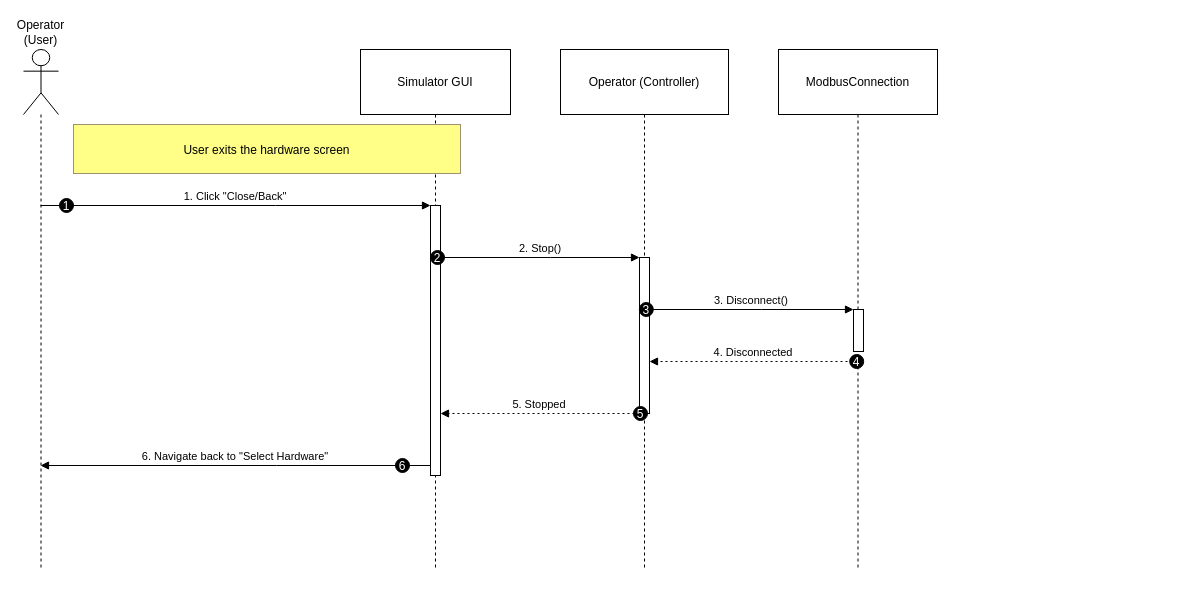
EliyaMalka/Drawio keeps this draw.io diagram as page "User_Hardware_closure_Usecase" (3 of 8) of Usecase1.drawio. Above is the earlier version. Source tidied: cells renumbered, new cells numbered last; positions are measured from the earlier drawing's top-left corner, leaving out a move shared by most shapes. Both pictures are drawn from the tidied source at 100%, with x=0, y=0 at pixel (23, 49).
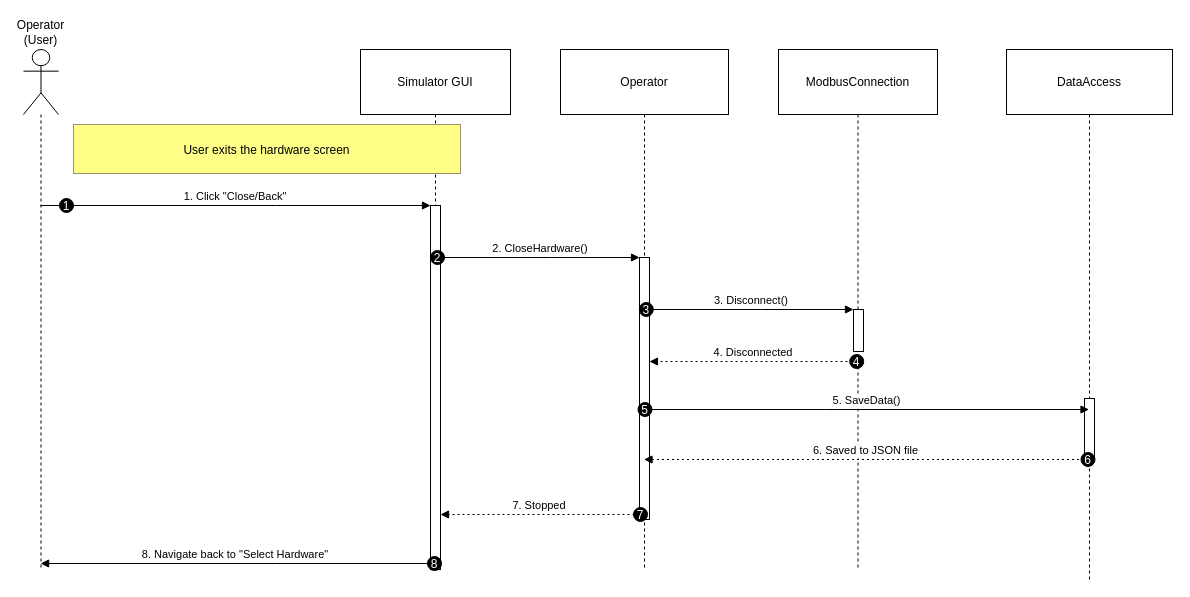
The same diagram, later.

The change refers to these unchanged cells:
```xml
<mxCell id="2" value="Operator (User)" style="shape=umlLifeline;perimeter=lifelinePerimeter;whiteSpace=wrap;outlineConnect=0;portConstraint=eastwest;newEdgeStyle={&quot;edgeStyle&quot;:&quot;elbowEdgeStyle&quot;,&quot;elbow&quot;:&quot;vertical&quot;,&quot;curved&quot;:0,&quot;rounded&quot;:0};participant=umlActor;verticalAlign=bottom;labelPosition=center;verticalLabelPosition=top;align=center;size=65;" parent="1" vertex="1">
  <mxGeometry width="35" height="521" as="geometry" />
</mxCell>
<mxCell id="3" value="Simulator GUI" style="shape=umlLifeline;perimeter=lifelinePerimeter;whiteSpace=wrap;newEdgeStyle={&quot;edgeStyle&quot;:&quot;elbowEdgeStyle&quot;,&quot;elbow&quot;:&quot;vertical&quot;,&quot;curved&quot;:0,&quot;rounded&quot;:0};size=65;" parent="1" vertex="1">
  <mxGeometry x="337" width="150" height="521" as="geometry" />
</mxCell>
```

Change to the diagram source:
```diff
@@
     <mxCell id="4" style="points=[];perimeter=orthogonalPerimeter;outlineConnect=0;targetShapes=umlLifeline;portConstraint=eastwest;newEdgeStyle={&quot;edgeStyle&quot;:&quot;elbowEdgeStyle&quot;,&quot;elbow&quot;:&quot;vertical&quot;,&quot;curved&quot;:0,&quot;rounded&quot;:0};" parent="3" vertex="1">
-      <mxGeometry x="70" y="156" width="10" height="270" as="geometry" />
+      <mxGeometry x="70" y="156" width="10" height="364" as="geometry" />
     </mxCell>
-    <mxCell id="5" value="Operator (Controller)" style="shape=umlLifeline;perimeter=lifelinePerimeter;whiteSpace=wrap;outlineConnect=0;portConstraint=eastwest;newEdgeStyle={&quot;edgeStyle&quot;:&quot;elbowEdgeStyle&quot;,&quot;elbow&quot;:&quot;vertical&quot;,&quot;curved&quot;:0,&quot;rounded&quot;:0};size=65;" parent="1" vertex="1">
+    <mxCell id="5" value="Operator" style="shape=umlLifeline;perimeter=lifelinePerimeter;whiteSpace=wrap;outlineConnect=0;portConstraint=eastwest;newEdgeStyle={&quot;edgeStyle&quot;:&quot;elbowEdgeStyle&quot;,&quot;elbow&quot;:&quot;vertical&quot;,&quot;curved&quot;:0,&quot;rounded&quot;:0};size=65;" parent="1" vertex="1">
       <mxGeometry x="537" width="168" height="521" as="geometry" />
     </mxCell>
     <mxCell id="6" style="points=[];perimeter=orthogonalPerimeter;outlineConnect=0;targetShapes=umlLifeline;portConstraint=eastwest;newEdgeStyle={&quot;edgeStyle&quot;:&quot;elbowEdgeStyle&quot;,&quot;elbow&quot;:&quot;vertical&quot;,&quot;curved&quot;:0,&quot;rounded&quot;:0};" parent="5" vertex="1">
-      <mxGeometry x="79" y="208" width="10" height="156" as="geometry" />
+      <mxGeometry x="79" y="208" width="10" height="262" as="geometry" />
     </mxCell>
@@
-    <mxCell id="11" value="2. Stop()" style="verticalAlign=bottom;edgeStyle=elbowEdgeStyle;elbow=vertical;curved=0;rounded=0;endArrow=block;" parent="1" edge="1" source="4" target="6">
+    <mxCell id="11" value="2. CloseHardware()" style="verticalAlign=bottom;edgeStyle=elbowEdgeStyle;elbow=vertical;curved=0;rounded=0;endArrow=block;" parent="1" edge="1" source="4" target="6">
       <mxGeometry relative="1" as="geometry">
         <Array as="points">
           <mxPoint x="527" y="208" />
         </Array>
       </mxGeometry>
     </mxCell>
@@
-    <mxCell id="17" value="5. Stopped" style="verticalAlign=bottom;edgeStyle=elbowEdgeStyle;elbow=vertical;curved=0;rounded=0;dashed=1;dashPattern=2 3;endArrow=block;" parent="1" edge="1" source="6" target="4">
+    <mxCell id="17" value="7. Stopped" style="verticalAlign=bottom;edgeStyle=elbowEdgeStyle;elbow=vertical;curved=0;rounded=0;dashed=1;dashPattern=2 3;endArrow=block;" parent="1" edge="1">
       <mxGeometry relative="1" as="geometry">
+        <mxPoint x="616" y="465" as="sourcePoint" />
+        <mxPoint x="417" y="465" as="targetPoint" />
         <Array as="points">
-          <mxPoint x="528" y="364" />
+          <mxPoint x="528" y="465" />
         </Array>
       </mxGeometry>
     </mxCell>
-    <mxCell id="18" value="5" style="ellipse;fillColor=#000000;align=center;fontColor=#FFFFFF;" parent="17" vertex="1">
+    <mxCell id="18" value="7" style="ellipse;fillColor=#000000;align=center;fontColor=#FFFFFF;" parent="17" vertex="1">
       <mxGeometry width="14" height="14" relative="1" as="geometry">
         <mxPoint x="94" y="-7" as="offset" />
       </mxGeometry>
     </mxCell>
-    <mxCell id="19" value="6. Navigate back to &quot;Select Hardware&quot;" style="verticalAlign=bottom;edgeStyle=elbowEdgeStyle;elbow=vertical;curved=0;rounded=0;endArrow=block;" parent="1" edge="1" source="4" target="2">
+    <mxCell id="19" value="8. Navigate back to &quot;Select Hardware&quot;" style="verticalAlign=bottom;edgeStyle=elbowEdgeStyle;elbow=vertical;curved=0;rounded=0;endArrow=block;" parent="1" edge="1">
       <mxGeometry relative="1" as="geometry">
+        <mxPoint x="407" y="514" as="sourcePoint" />
+        <mxPoint x="17.1" y="514" as="targetPoint" />
         <Array as="points">
-          <mxPoint x="253" y="416" />
+          <mxPoint x="253" y="514" />
         </Array>
       </mxGeometry>
     </mxCell>
-    <mxCell id="20" value="6" style="ellipse;fillColor=#000000;align=center;fontColor=#FFFFFF;" parent="19" vertex="1">
+    <mxCell id="20" value="8" style="ellipse;fillColor=#000000;align=center;fontColor=#FFFFFF;" parent="19" vertex="1">
       <mxGeometry width="14" height="14" relative="1" as="geometry">
-        <mxPoint x="160" y="-7" as="offset" />
+        <mxPoint x="192" y="-7" as="offset" />
       </mxGeometry>
     </mxCell>
@@
+    <mxCell id="22" value="DataAccess" style="shape=umlLifeline;perimeter=lifelinePerimeter;whiteSpace=wrap;outlineConnect=0;portConstraint=eastwest;newEdgeStyle={&quot;edgeStyle&quot;:&quot;elbowEdgeStyle&quot;,&quot;elbow&quot;:&quot;vertical&quot;,&quot;curved&quot;:0,&quot;rounded&quot;:0};size=65;" parent="1" vertex="1">
+      <mxGeometry x="983" width="166" height="530" as="geometry" />
+    </mxCell>
+    <mxCell id="23" style="perimeter=orthogonalPerimeter;targetShapes=umlLifeline;newEdgeStyle={&quot;edgeStyle&quot;:&quot;elbowEdgeStyle&quot;,&quot;elbow&quot;:&quot;vertical&quot;,&quot;curved&quot;:0,&quot;rounded&quot;:0};" parent="22" vertex="1">
+      <mxGeometry x="78" y="349" width="10" height="61" as="geometry" />
+    </mxCell>
+    <mxCell id="24" value="5. SaveData()" style="verticalAlign=bottom;edgeStyle=elbowEdgeStyle;elbow=vertical;curved=0;rounded=0;endArrow=block;" parent="1" edge="1" source="5" target="22">
+      <mxGeometry relative="1" as="geometry">
+        <Array as="points">
+          <mxPoint x="802" y="360" />
+        </Array>
+      </mxGeometry>
+    </mxCell>
+    <mxCell id="25" value="5" style="ellipse;fillColor=#000000;align=center;fontColor=#FFFFFF;" parent="24" vertex="1">
+      <mxGeometry width="14" height="14" relative="1" as="geometry">
+        <mxPoint x="-229" y="-7" as="offset" />
+      </mxGeometry>
+    </mxCell>
+    <mxCell id="26" value="6. Saved to JSON file" style="verticalAlign=bottom;edgeStyle=elbowEdgeStyle;elbow=vertical;curved=0;rounded=0;dashed=1;dashPattern=2 3;endArrow=block;" parent="1" edge="1" source="22" target="5">
+      <mxGeometry relative="1" as="geometry">
+        <Array as="points">
+          <mxPoint x="841" y="410" />
+        </Array>
+      </mxGeometry>
+    </mxCell>
+    <mxCell id="27" value="6" style="ellipse;fillColor=#000000;align=center;fontColor=#FFFFFF;" parent="26" vertex="1">
+      <mxGeometry width="14" height="14" relative="1" as="geometry">
+        <mxPoint x="215" y="-7" as="offset" />
+      </mxGeometry>
+    </mxCell>
```
